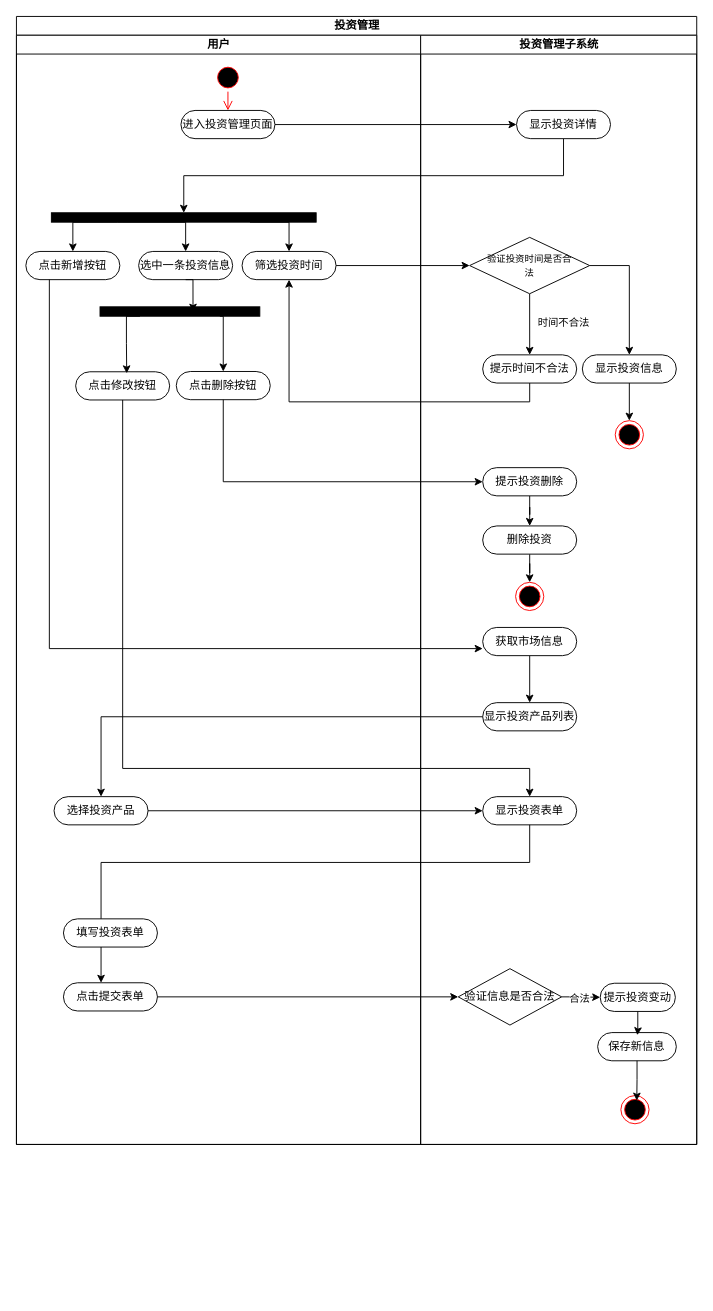
The draw.io diagram 投资管理活动图.drawio in PomeloLemon/SoftwareDiagrams, before the edit. Source tidied: cells renumbered, new cells numbered last; positions are measured from the earlier drawing's top-left corner, leaving out a move shared by most shapes. Both pictures are drawn from the tidied source at 94%, with x=0, y=0 at pixel (16, 16).
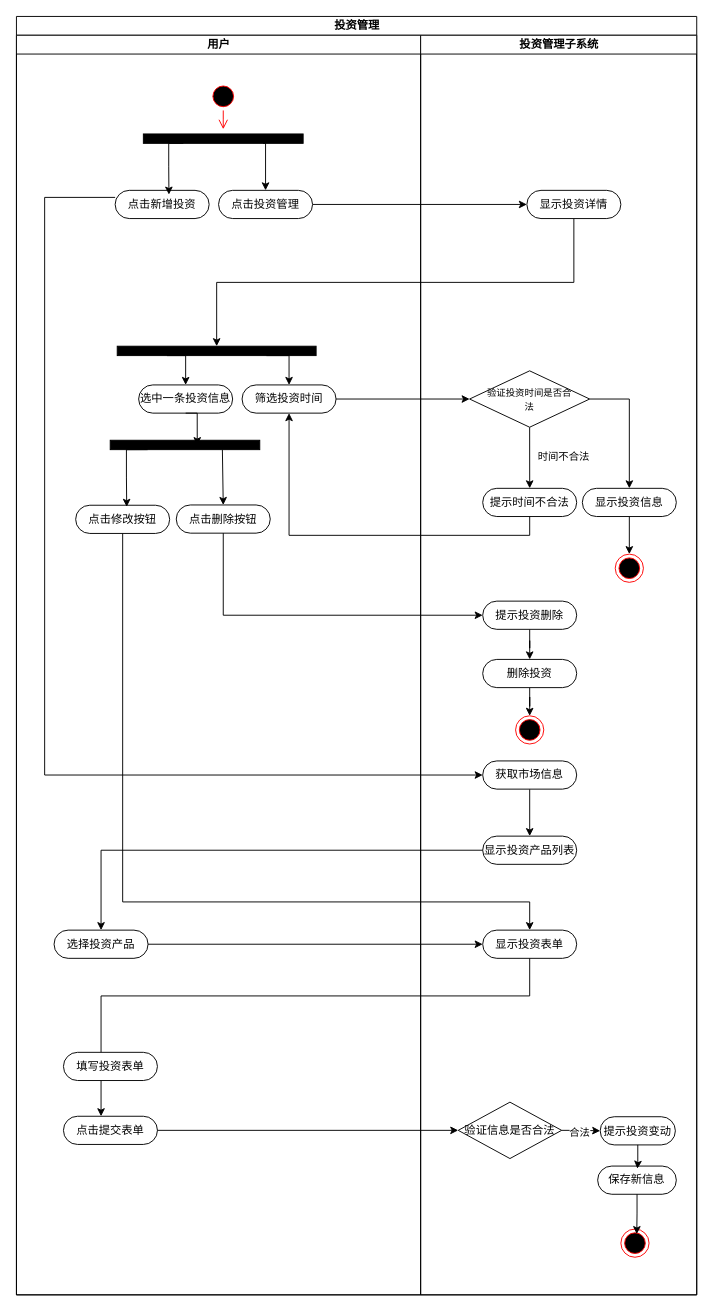
Above is the later version.

Commit message:
更新投资管理活动图.drawio

Diff of the diagram source:
```diff
@@
     <mxCell id="2" value="投资管理" style="swimlane;startSize=20;html=1;" parent="1" vertex="1">
-      <mxGeometry width="723.7" height="1200" as="geometry" />
+      <mxGeometry width="723.7" height="1360" as="geometry" />
     </mxCell>
@@
     <mxCell id="6" value="用户" style="swimlane;startSize=20;html=1;" parent="2" vertex="1">
-      <mxGeometry y="20" width="430" height="1180" as="geometry" />
+      <mxGeometry y="20" width="430" height="1340" as="geometry" />
     </mxCell>
     <mxCell id="7" style="ellipse;html=1;shape=startState;fillColor=#000000;strokeColor=#ff0000;" parent="6" vertex="1">
-      <mxGeometry x="210" y="30" width="30" height="30" as="geometry" />
+      <mxGeometry x="205" y="50" width="30" height="30" as="geometry" />
     </mxCell>
     <mxCell id="8" style="edgeStyle=orthogonalEdgeStyle;html=1;verticalAlign=bottom;endArrow=open;endSize=8;strokeColor=#ff0000;rounded=0;" parent="6" edge="1" source="7">
       <mxGeometry relative="1" as="geometry">
-        <mxPoint x="225" y="80" as="targetPoint" />
+        <mxPoint x="220" y="100" as="targetPoint" />
       </mxGeometry>
     </mxCell>
-    <mxCell id="9" value="进入投资管理页面" style="rounded=1;whiteSpace=wrap;html=1;shadow=0;comic=0;labelBackgroundColor=none;strokeWidth=1;fontFamily=Verdana;fontSize=12;align=center;arcSize=50;" parent="6" vertex="1">
-      <mxGeometry x="175" y="80" width="100" height="30" as="geometry" />
+    <mxCell id="9" value="点击投资管理" style="rounded=1;whiteSpace=wrap;html=1;shadow=0;comic=0;labelBackgroundColor=none;strokeWidth=1;fontFamily=Verdana;fontSize=12;align=center;arcSize=50;" parent="6" vertex="1">
+      <mxGeometry x="215" y="165" width="100" height="30" as="geometry" />
     </mxCell>
     <mxCell id="10" style="edgeStyle=orthogonalEdgeStyle;rounded=0;jettySize=auto;html=1;exitX=0.25;exitY=0;exitDx=0;exitDy=0;entryX=0.5;entryY=0;entryDx=0;entryDy=0;" parent="6" edge="1" source="13" target="14">
       <mxGeometry relative="1" as="geometry">
         <Array as="points">
-          <mxPoint x="290" y="199" />
+          <mxPoint x="290" y="341" />
         </Array>
       </mxGeometry>
     </mxCell>
     <mxCell id="11" style="edgeStyle=orthogonalEdgeStyle;rounded=0;jettySize=auto;html=1;exitX=0.75;exitY=0;exitDx=0;exitDy=0;entryX=0.5;entryY=0;entryDx=0;entryDy=0;" parent="6" edge="1" source="13" target="15">
       <mxGeometry relative="1" as="geometry">
         <Array as="points">
-          <mxPoint x="180" y="199" />
+          <mxPoint x="180" y="341" />
         </Array>
       </mxGeometry>
     </mxCell>
-    <mxCell id="12" style="edgeStyle=orthogonalEdgeStyle;rounded=0;jettySize=auto;html=1;exitX=0.75;exitY=0;exitDx=0;exitDy=0;entryX=0.5;entryY=0;entryDx=0;entryDy=0;" parent="6" edge="1" source="13" target="21">
-      <mxGeometry relative="1" as="geometry">
-        <Array as="points">
-          <mxPoint x="60" y="199" />
-        </Array>
-      </mxGeometry>
-    </mxCell>
     <mxCell id="13" style="whiteSpace=wrap;html=1;rounded=0;shadow=0;comic=0;labelBackgroundColor=none;strokeWidth=1;fillColor=#000000;fontFamily=Verdana;fontSize=12;align=center;rotation=90;direction=south;" parent="6" vertex="1">
-      <mxGeometry x="173" y="53" width="10" height="281.7" as="geometry" />
+      <mxGeometry x="208" y="230" width="10" height="211.6" as="geometry" />
     </mxCell>
     <mxCell id="14" value="筛选投资时间" style="rounded=1;whiteSpace=wrap;html=1;shadow=0;comic=0;labelBackgroundColor=none;strokeWidth=1;fontFamily=Verdana;fontSize=12;align=center;arcSize=50;" parent="6" vertex="1">
-      <mxGeometry x="240" y="230" width="100" height="30" as="geometry" />
+      <mxGeometry x="240" y="372" width="100" height="30" as="geometry" />
     </mxCell>
     <mxCell id="15" value="选中一条投资信息" style="rounded=1;whiteSpace=wrap;html=1;shadow=0;comic=0;labelBackgroundColor=none;strokeWidth=1;fontFamily=Verdana;fontSize=12;align=center;arcSize=50;" parent="6" vertex="1">
-      <mxGeometry x="130" y="230" width="100" height="30" as="geometry" />
+      <mxGeometry x="130" y="372" width="100" height="30" as="geometry" />
     </mxCell>
     <mxCell id="16" style="edgeStyle=orthogonalEdgeStyle;rounded=0;jettySize=auto;html=1;exitX=0.25;exitY=0;exitDx=0;exitDy=0;entryX=0.5;entryY=0;entryDx=0;entryDy=0;" parent="6" edge="1" source="17" target="19">
       <mxGeometry relative="1" as="geometry">
         <Array as="points">
-          <mxPoint x="220" y="299" />
+          <mxPoint x="220" y="441" />
         </Array>
       </mxGeometry>
     </mxCell>
     <mxCell id="17" style="whiteSpace=wrap;html=1;rounded=0;shadow=0;comic=0;labelBackgroundColor=none;strokeWidth=1;fillColor=#000000;fontFamily=Verdana;fontSize=12;align=center;rotation=90;direction=south;" parent="6" vertex="1">
-      <mxGeometry x="168.9" y="208.9" width="10" height="170" as="geometry" />
+      <mxGeometry x="174.3" y="356.3" width="10" height="159.1" as="geometry" />
     </mxCell>
@@
     <mxCell id="19" value="点击删除按钮" style="rounded=1;whiteSpace=wrap;html=1;shadow=0;comic=0;labelBackgroundColor=none;strokeWidth=1;fontFamily=Verdana;fontSize=12;align=center;arcSize=50;" parent="6" vertex="1">
-      <mxGeometry x="170" y="357.7" width="100" height="30" as="geometry" />
+      <mxGeometry x="170" y="499.7" width="100" height="30" as="geometry" />
     </mxCell>
     <mxCell id="20" value="点击修改按钮" style="rounded=1;whiteSpace=wrap;html=1;shadow=0;comic=0;labelBackgroundColor=none;strokeWidth=1;fontFamily=Verdana;fontSize=12;align=center;arcSize=50;" parent="6" vertex="1">
-      <mxGeometry x="63" y="358" width="100" height="30" as="geometry" />
+      <mxGeometry x="63" y="500" width="100" height="30" as="geometry" />
     </mxCell>
-    <mxCell id="21" value="点击新增按钮" style="rounded=1;whiteSpace=wrap;html=1;shadow=0;comic=0;labelBackgroundColor=none;strokeWidth=1;fontFamily=Verdana;fontSize=12;align=center;arcSize=50;" parent="6" vertex="1">
-      <mxGeometry x="10" y="230" width="100" height="30" as="geometry" />
+    <mxCell id="21" value="点击新增投资" style="rounded=1;whiteSpace=wrap;html=1;shadow=0;comic=0;labelBackgroundColor=none;strokeWidth=1;fontFamily=Verdana;fontSize=12;align=center;arcSize=50;" parent="6" vertex="1">
+      <mxGeometry x="105" y="165" width="100" height="30" as="geometry" />
     </mxCell>
     <mxCell id="22" style="edgeStyle=orthogonalEdgeStyle;rounded=0;jettySize=auto;html=1;exitX=0.75;exitY=0;exitDx=0;exitDy=0;entryX=0.543;entryY=0.056;entryDx=0;entryDy=0;entryPerimeter=0;" parent="6" edge="1" source="17" target="20">
       <mxGeometry relative="1" as="geometry">
         <Array as="points">
-          <mxPoint x="117" y="299" />
-          <mxPoint x="117" y="328" />
-          <mxPoint x="117" y="328" />
+          <mxPoint x="117" y="441" />
+          <mxPoint x="117" y="470" />
+          <mxPoint x="117" y="470" />
         </Array>
       </mxGeometry>
     </mxCell>
     <mxCell id="23" value="选择投资产品" style="rounded=1;whiteSpace=wrap;html=1;shadow=0;comic=0;labelBackgroundColor=none;strokeWidth=1;fontFamily=Verdana;fontSize=12;align=center;arcSize=50;" parent="6" vertex="1">
-      <mxGeometry x="40" y="810" width="100" height="30" as="geometry" />
+      <mxGeometry x="40" y="952" width="100" height="30" as="geometry" />
     </mxCell>
     <mxCell id="24" value="点击提交表单" style="rounded=1;whiteSpace=wrap;html=1;shadow=0;comic=0;labelBackgroundColor=none;strokeWidth=1;fontFamily=Verdana;fontSize=12;align=center;arcSize=50;" parent="6" vertex="1">
-      <mxGeometry x="50" y="1008" width="100" height="30" as="geometry" />
+      <mxGeometry x="50" y="1150" width="100" height="30" as="geometry" />
     </mxCell>
+    <mxCell id="61" style="edgeStyle=orthogonalEdgeStyle;rounded=0;jettySize=auto;html=1;exitX=0.25;exitY=0;exitDx=0;exitDy=0;entryX=0.5;entryY=0;entryDx=0;entryDy=0;" parent="6" edge="1" source="62" target="9">
+      <mxGeometry relative="1" as="geometry">
+        <Array as="points">
+          <mxPoint x="265" y="115" />
+        </Array>
+      </mxGeometry>
+    </mxCell>
+    <mxCell id="62" style="whiteSpace=wrap;html=1;rounded=0;shadow=0;comic=0;labelBackgroundColor=none;strokeWidth=1;fillColor=#000000;fontFamily=Verdana;fontSize=12;align=center;rotation=90;direction=south;fontStyle=4;" parent="6" vertex="1">
+      <mxGeometry x="215" y="25" width="10" height="170" as="geometry" />
+    </mxCell>
+    <mxCell id="63" style="edgeStyle=orthogonalEdgeStyle;rounded=0;jettySize=auto;html=1;exitX=0.75;exitY=0;exitDx=0;exitDy=0;entryX=0.572;entryY=0.151;entryDx=0;entryDy=0;entryPerimeter=0;" parent="6" edge="1" source="62" target="21">
+      <mxGeometry relative="1" as="geometry">
+        <Array as="points">
+          <mxPoint x="162" y="115" />
+          <mxPoint x="162" y="140" />
+          <mxPoint x="162" y="140" />
+        </Array>
+      </mxGeometry>
+    </mxCell>
     <mxCell id="25" value="投资管理子系统" style="swimlane;startSize=20;html=1;" parent="2" vertex="1">
-      <mxGeometry x="430" y="20" width="293.7" height="1180" as="geometry" />
+      <mxGeometry x="430" y="20" width="293.7" height="1340" as="geometry" />
     </mxCell>
     <mxCell id="26" value="显示投资详情" style="rounded=1;whiteSpace=wrap;html=1;shadow=0;comic=0;labelBackgroundColor=none;strokeWidth=1;fontFamily=Verdana;fontSize=12;align=center;arcSize=50;" parent="25" vertex="1">
-      <mxGeometry x="102" y="80" width="100" height="30" as="geometry" />
+      <mxGeometry x="113" y="165" width="100" height="30" as="geometry" />
     </mxCell>
@@
     <mxCell id="29" value="&lt;font style=&quot;font-size: 10px;&quot;&gt;验证投资时间是否合&lt;br&gt;法&lt;/font&gt;" style="rhombus;whiteSpace=wrap;html=1;" parent="25" vertex="1">
-      <mxGeometry x="52.1" y="215" width="127.7" height="60" as="geometry" />
+      <mxGeometry x="52.1" y="357" width="127.7" height="60" as="geometry" />
     </mxCell>
@@
     <mxCell id="31" value="显示投资信息" style="rounded=1;whiteSpace=wrap;html=1;shadow=0;comic=0;labelBackgroundColor=none;strokeWidth=1;fontFamily=Verdana;fontSize=12;align=center;arcSize=50;" parent="25" vertex="1">
-      <mxGeometry x="172" y="340" width="100" height="30" as="geometry" />
+      <mxGeometry x="172" y="482" width="100" height="30" as="geometry" />
     </mxCell>
     <mxCell id="32" style="ellipse;html=1;shape=endState;fillColor=#000000;strokeColor=#ff0000;" parent="25" vertex="1">
-      <mxGeometry x="207" y="410" width="30" height="30" as="geometry" />
+      <mxGeometry x="207" y="552" width="30" height="30" as="geometry" />
     </mxCell>
     <mxCell id="33" value="提示时间不合法" style="rounded=1;whiteSpace=wrap;html=1;shadow=0;comic=0;labelBackgroundColor=none;strokeWidth=1;fontFamily=Verdana;fontSize=12;align=center;arcSize=50;" parent="25" vertex="1">
-      <mxGeometry x="66" y="340" width="100" height="30" as="geometry" />
+      <mxGeometry x="66" y="482" width="100" height="30" as="geometry" />
     </mxCell>
     <mxCell id="34" value="时间不合法" style="edgeLabel;html=1;align=center;verticalAlign=middle;" parent="25" vertex="1">
-      <mxGeometry x="102" y="310" as="geometry">
+      <mxGeometry x="102" y="452" as="geometry">
         <mxPoint x="49" y="-5" as="offset" />
       </mxGeometry>
     </mxCell>
@@
     <mxCell id="36" value="提示投资删除" style="rounded=1;whiteSpace=wrap;html=1;shadow=0;comic=0;labelBackgroundColor=none;strokeWidth=1;fontFamily=Verdana;fontSize=12;align=center;arcSize=50;" parent="25" vertex="1">
-      <mxGeometry x="66" y="460" width="100" height="30" as="geometry" />
+      <mxGeometry x="66" y="602" width="100" height="30" as="geometry" />
     </mxCell>
@@
     <mxCell id="38" value="删除投资" style="rounded=1;whiteSpace=wrap;html=1;shadow=0;comic=0;labelBackgroundColor=none;strokeWidth=1;fontFamily=Verdana;fontSize=12;align=center;arcSize=50;" parent="25" vertex="1">
-      <mxGeometry x="66" y="522" width="100" height="30" as="geometry" />
+      <mxGeometry x="66" y="664" width="100" height="30" as="geometry" />
     </mxCell>
     <mxCell id="39" style="ellipse;html=1;shape=endState;fillColor=#000000;strokeColor=#ff0000;" parent="25" vertex="1">
-      <mxGeometry x="101" y="582" width="30" height="30" as="geometry" />
+      <mxGeometry x="101" y="724" width="30" height="30" as="geometry" />
     </mxCell>
@@
     <mxCell id="41" value="获取市场信息" style="rounded=1;whiteSpace=wrap;html=1;shadow=0;comic=0;labelBackgroundColor=none;strokeWidth=1;fontFamily=Verdana;fontSize=12;align=center;arcSize=50;" parent="25" vertex="1">
-      <mxGeometry x="66" y="630" width="100" height="30" as="geometry" />
+      <mxGeometry x="66" y="772" width="100" height="30" as="geometry" />
     </mxCell>
     <mxCell id="42" value="验证信息是否合法" style="rhombus;whiteSpace=wrap;html=1;" parent="25" vertex="1">
-      <mxGeometry x="40" y="993" width="110" height="60" as="geometry" />
+      <mxGeometry x="40" y="1135" width="110" height="60" as="geometry" />
     </mxCell>
     <mxCell id="43" value="提示投资变动" style="rounded=1;whiteSpace=wrap;html=1;shadow=0;comic=0;labelBackgroundColor=none;strokeWidth=1;fontFamily=Verdana;fontSize=12;align=center;arcSize=50;" parent="25" vertex="1">
-      <mxGeometry x="191" y="1008.5" width="80" height="30" as="geometry" />
+      <mxGeometry x="191" y="1150.5" width="80" height="30" as="geometry" />
     </mxCell>
@@
     <mxCell id="46" value="保存新信息" style="rounded=1;whiteSpace=wrap;html=1;shadow=0;comic=0;labelBackgroundColor=none;strokeWidth=1;fontFamily=Verdana;fontSize=12;align=center;arcSize=50;" parent="25" vertex="1">
-      <mxGeometry x="188.3" y="1061" width="83.7" height="30" as="geometry" />
+      <mxGeometry x="188.3" y="1203" width="83.7" height="30" as="geometry" />
     </mxCell>
@@
     <mxCell id="48" style="ellipse;html=1;shape=endState;fillColor=#000000;strokeColor=#ff0000;" parent="25" vertex="1">
-      <mxGeometry x="213" y="1128" width="30" height="30" as="geometry" />
+      <mxGeometry x="213" y="1270" width="30" height="30" as="geometry" />
     </mxCell>
@@
     <mxCell id="50" value="显示投资表单" style="rounded=1;whiteSpace=wrap;html=1;shadow=0;comic=0;labelBackgroundColor=none;strokeWidth=1;fontFamily=Verdana;fontSize=12;align=center;arcSize=50;" parent="25" vertex="1">
-      <mxGeometry x="66" y="810" width="100" height="30" as="geometry" />
+      <mxGeometry x="66" y="952" width="100" height="30" as="geometry" />
     </mxCell>
     <mxCell id="51" value="显示投资产品列表" style="rounded=1;whiteSpace=wrap;html=1;shadow=0;comic=0;labelBackgroundColor=none;strokeWidth=1;fontFamily=Verdana;fontSize=12;align=center;arcSize=50;" parent="25" vertex="1">
-      <mxGeometry x="66" y="710" width="100" height="30" as="geometry" />
+      <mxGeometry x="66" y="852" width="100" height="30" as="geometry" />
     </mxCell>
@@
-    <mxCell id="54" style="edgeStyle=orthogonalEdgeStyle;rounded=0;jettySize=auto;html=1;exitX=0.25;exitY=1;exitDx=0;exitDy=0;entryX=0;entryY=0.75;entryDx=0;entryDy=0;" parent="2" edge="1" source="21" target="41">
-      <mxGeometry relative="1" as="geometry" />
-    </mxCell>
@@
     <mxCell id="57" style="edgeStyle=orthogonalEdgeStyle;rounded=0;jettySize=auto;html=1;exitX=0.5;exitY=1;exitDx=0;exitDy=0;entryX=0.5;entryY=0;entryDx=0;entryDy=0;" parent="2" edge="1" source="20" target="50">
       <mxGeometry relative="1" as="geometry">
         <Array as="points">
-          <mxPoint x="113" y="800" />
-          <mxPoint x="546" y="800" />
+          <mxPoint x="113" y="942" />
+          <mxPoint x="546" y="942" />
         </Array>
       </mxGeometry>
     </mxCell>
     <mxCell id="58" style="edgeStyle=orthogonalEdgeStyle;rounded=0;jettySize=auto;html=1;" parent="2" edge="1" source="50" target="24">
       <mxGeometry relative="1" as="geometry">
         <Array as="points">
-          <mxPoint x="546" y="900" />
-          <mxPoint x="90" y="900" />
+          <mxPoint x="546" y="1042" />
+          <mxPoint x="90" y="1042" />
         </Array>
       </mxGeometry>
     </mxCell>
@@
+    <mxCell id="54" style="edgeStyle=orthogonalEdgeStyle;rounded=0;jettySize=auto;html=1;exitX=0;exitY=0.25;exitDx=0;exitDy=0;entryX=0;entryY=0.5;entryDx=0;entryDy=0;" parent="2" edge="1" source="21" target="41">
+      <mxGeometry relative="1" as="geometry">
+        <Array as="points">
+          <mxPoint x="30" y="193" />
+          <mxPoint x="30" y="807" />
+        </Array>
+      </mxGeometry>
+    </mxCell>
     <mxCell id="60" value="填写投资表单" style="rounded=1;whiteSpace=wrap;html=1;shadow=0;comic=0;labelBackgroundColor=none;strokeWidth=1;fontFamily=Verdana;fontSize=12;align=center;arcSize=50;" parent="1" vertex="1">
-      <mxGeometry x="50" y="960" width="100" height="30" as="geometry" />
+      <mxGeometry x="50" y="1102" width="100" height="30" as="geometry" />
     </mxCell>
```
